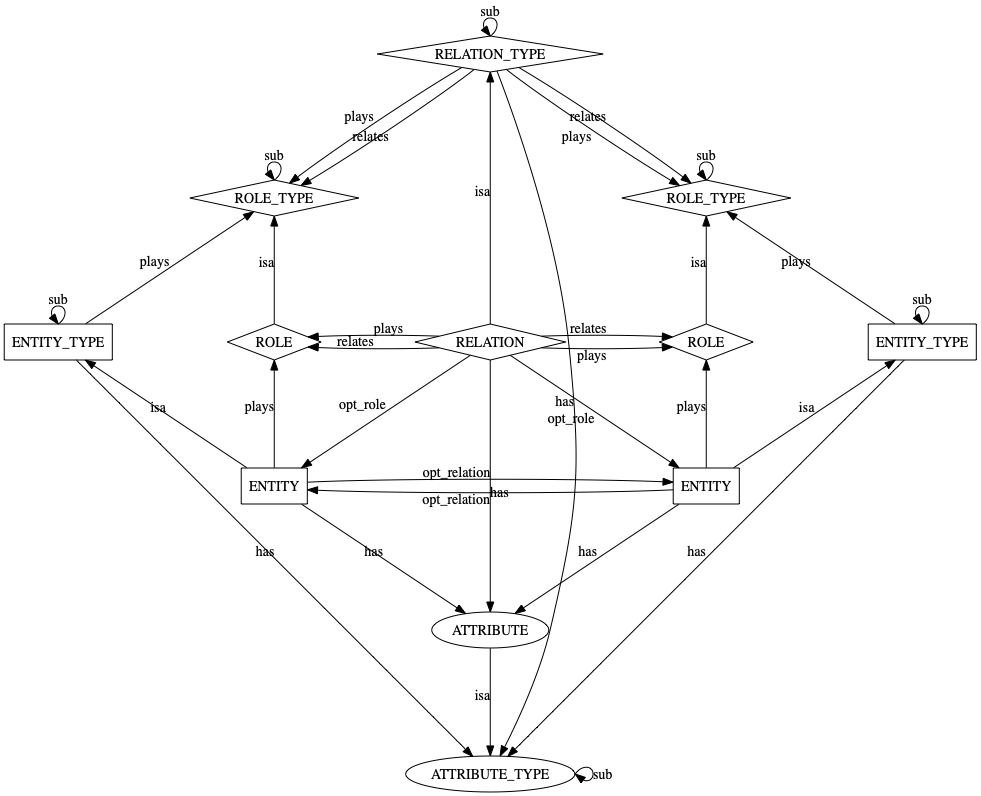
Above: diagrams/data-structure.png in typedb/typedb (Graphviz), before the change. Its source is kept beside it as diagrams/data-structure.dot.
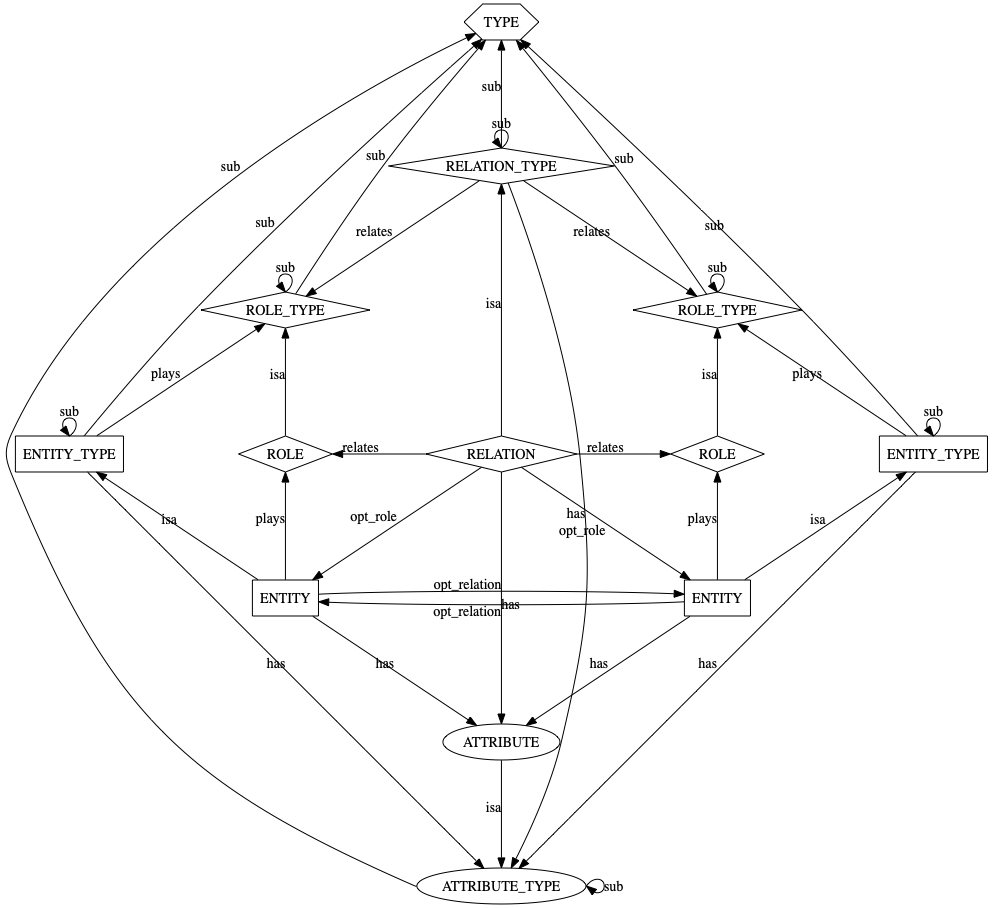
Above is the later version.

Commit message:
Added root meta 'TYPE' to the data-structure diagram

What changed in the source:
```diff
@@ -1,11 +1,12 @@
 digraph hypergraph {
     graph [splines = true, mindist = 10.0]
 
-    ENT_T1 [shape = rectangle,  label = "ENTITY_TYPE",    pos = "0,6!"]
-    ENT_T2 [shape = rectangle,  label = "ENTITY_TYPE",    pos = "12,6!"]
+    TYPE [shape = hexagon,  label = "TYPE", pos = "6,12!"]
     REL_T [shape = diamond,    label = "RELATION_TYPE",  pos = "6,10!"]
     ROL_T1 [shape = diamond,    label = "ROLE_TYPE",      pos = "3,8!"]
     ROL_T2 [shape = diamond,    label = "ROLE_TYPE",      pos = "9,8!"]
+    ENT_T1 [shape = rectangle,  label = "ENTITY_TYPE",    pos = "0,6!"]
+    ENT_T2 [shape = rectangle,  label = "ENTITY_TYPE",    pos = "12,6!"]
     ATT_T [shape = ellipse,    label = "ATTRIBUTE_TYPE", pos = "6,0!"]
 
     ENT1 [shape = rectangle, label = "ENTITY",     pos = "3,4!"]
@@ -15,12 +16,18 @@
     ROL2 [shape = diamond,   label = "ROLE",       pos = "9,6!"]
     ATT [shape = ellipse,   label = "ATTRIBUTE",  pos = "6,2!"]
 
-    ENT_T1: n -> ENT_T1: n [label = "sub"]
-    ENT_T2: n -> ENT_T2: n [label = "sub"]
-    REL_T: n -> REL_T: n [label = "sub"]
-    ROL_T1: n -> ROL_T1: n [label = "sub"]
-    ROL_T2: n -> ROL_T2: n [label = "sub"]
-    ATT_T: e -> ATT_T: e [label = "sub"]
+    ENT_T1 -> TYPE [label = "sub"]
+    ENT_T1:n -> ENT_T1:n [label = "sub"]
+    ENT_T2 -> TYPE [label = "sub"]
+    ENT_T2:n -> ENT_T2:n [label = "sub"]
+    REL_T -> TYPE [label = "sub"]
+    REL_T:n -> REL_T:n [label = "sub"]
+    ROL_T1 -> TYPE [label = "sub"]
+    ROL_T1:n -> ROL_T1:n [label = "sub"]
+    ROL_T2 -> TYPE [label = "sub"]
+    ROL_T2:n -> ROL_T2:n [label = "sub"]
+    ATT_T:w -> TYPE [label = "sub"]
+    ATT_T:e -> ATT_T:e [label = "sub"]
 
     ENT_T1 -> ROL_T1 [label = "plays"]
     ENT_T1 -> ATT_T [label = "has"]
@@ -28,9 +35,7 @@
     ENT_T2 -> ATT_T [label = "has"]
 
     REL_T -> ROL_T1 [label = "relates"]
-    REL_T -> ROL_T1 [label = "plays"]
     REL_T -> ROL_T2 [label = "relates"]
-    REL_T -> ROL_T2 [label = "plays"]
     REL_T -> ATT_T [label = "has"]
 
     ENT1 -> ENT_T1 [label = "isa"]
@@ -42,9 +47,7 @@
     ENT2 -> ATT [label = "has"]
     ROL2 -> ROL_T2 [label = "isa"]
     REL -> ROL1 [label = "relates"]
-    REL -> ROL1 [label = "plays"]
     REL -> ROL2 [label = "relates"]
-    REL -> ROL2 [label = "plays"]
     REL -> REL_T [label = "isa"]
     REL -> ATT [label = "has"]
     ATT -> ATT_T [label = "isa"]
```
